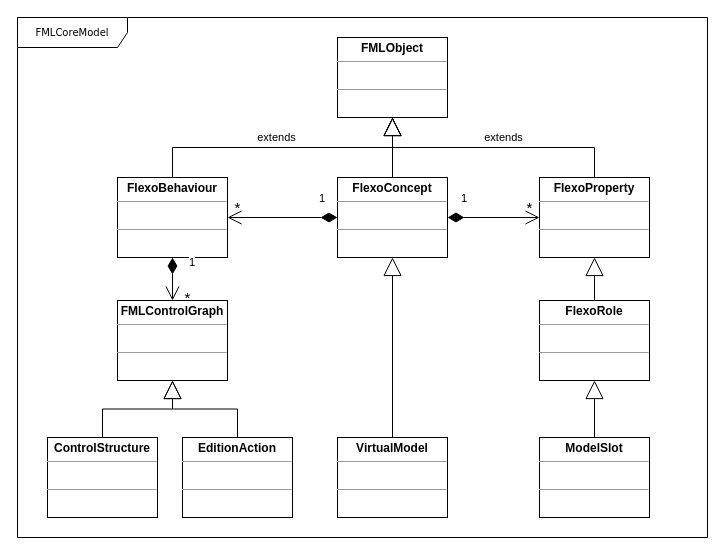
Earlier version of the draw.io diagram page "Page-1" (1 of 2) of Figures/FMLCoreModel.drawio (labsticc-p4s/multi-process-challenge). Source tidied: cells renumbered, new cells numbered last; positions are measured from the earlier drawing's top-left corner, leaving out a move shared by most shapes. Both pictures are drawn from the tidied source at 100%, with x=0, y=0 at pixel (17, 17).
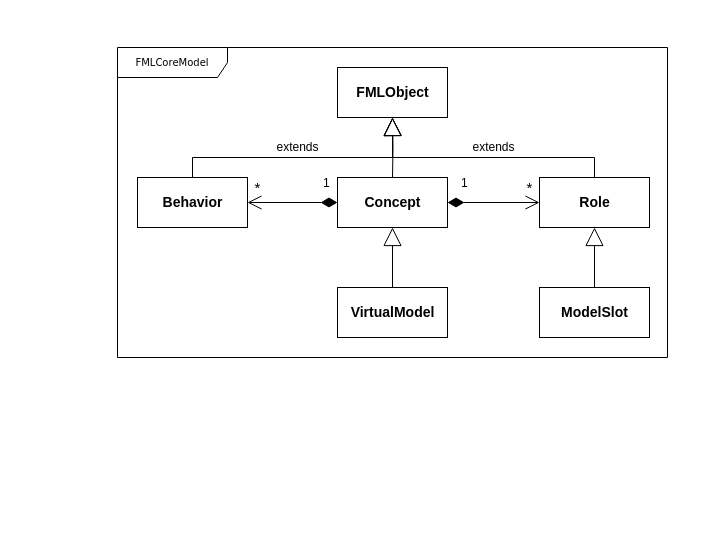
After the change.

Diff of the diagram source:
```diff
@@
     <mxCell id="2" value="FMLCoreModel" style="shape=umlFrame;whiteSpace=wrap;html=1;rounded=0;shadow=0;comic=0;labelBackgroundColor=none;strokeWidth=1;fontFamily=Verdana;fontSize=10;align=center;width=110;height=30;" parent="1" vertex="1">
-      <mxGeometry width="690" height="520" as="geometry" />
+      <mxGeometry x="100" y="30" width="550" height="310" as="geometry" />
     </mxCell>
-    <mxCell id="3" value="&lt;p style=&quot;margin: 0px ; margin-top: 4px ; text-align: center&quot;&gt;&lt;b&gt;FMLObject&lt;/b&gt;&lt;/p&gt;&lt;hr size=&quot;1&quot;&gt;&lt;p style=&quot;margin: 0px ; margin-left: 4px&quot;&gt;&lt;b&gt;&lt;br&gt;&lt;/b&gt;&lt;/p&gt;&lt;hr size=&quot;1&quot;&gt;&lt;p style=&quot;margin: 0px ; margin-left: 4px&quot;&gt;&lt;b&gt;&lt;br&gt;&lt;/b&gt;&lt;/p&gt;" style="verticalAlign=top;align=left;overflow=fill;fontSize=12;fontFamily=Helvetica;html=1;rounded=0;shadow=0;comic=0;labelBackgroundColor=none;strokeWidth=1;" parent="1" vertex="1">
-      <mxGeometry x="320" y="20" width="110" height="80" as="geometry" />
-    </mxCell>
-    <mxCell id="4" value="&lt;p style=&quot;margin: 0px ; margin-top: 4px ; text-align: center&quot;&gt;&lt;b&gt;FlexoConcept&lt;/b&gt;&lt;/p&gt;&lt;hr size=&quot;1&quot;&gt;&lt;p style=&quot;margin: 0px ; margin-left: 4px&quot;&gt;&lt;b&gt;&lt;br&gt;&lt;/b&gt;&lt;/p&gt;&lt;hr size=&quot;1&quot;&gt;&lt;p style=&quot;margin: 0px ; margin-left: 4px&quot;&gt;&lt;b&gt;&lt;br&gt;&lt;/b&gt;&lt;/p&gt;" style="verticalAlign=top;align=left;overflow=fill;fontSize=12;fontFamily=Helvetica;html=1;rounded=0;shadow=0;comic=0;labelBackgroundColor=none;strokeWidth=1;" parent="1" vertex="1">
-      <mxGeometry x="320" y="160" width="110" height="80" as="geometry" />
-    </mxCell>
-    <mxCell id="5" value="&lt;p style=&quot;margin: 0px ; margin-top: 4px ; text-align: center&quot;&gt;&lt;b&gt;FlexoBehaviour&lt;/b&gt;&lt;/p&gt;&lt;hr size=&quot;1&quot;&gt;&lt;p style=&quot;margin: 0px ; margin-left: 4px&quot;&gt;&lt;b&gt;&lt;br&gt;&lt;/b&gt;&lt;/p&gt;&lt;hr size=&quot;1&quot;&gt;&lt;p style=&quot;margin: 0px ; margin-left: 4px&quot;&gt;&lt;b&gt;&lt;br&gt;&lt;/b&gt;&lt;/p&gt;" style="verticalAlign=top;align=left;overflow=fill;fontSize=12;fontFamily=Helvetica;html=1;rounded=0;shadow=0;comic=0;labelBackgroundColor=none;strokeWidth=1;" parent="1" vertex="1">
-      <mxGeometry x="100" y="160" width="110" height="80" as="geometry" />
-    </mxCell>
-    <mxCell id="6" value="&lt;p style=&quot;margin: 0px ; margin-top: 4px ; text-align: center&quot;&gt;&lt;b&gt;FlexoProperty&lt;/b&gt;&lt;/p&gt;&lt;hr size=&quot;1&quot;&gt;&lt;p style=&quot;margin: 0px ; margin-left: 4px&quot;&gt;&lt;b&gt;&lt;br&gt;&lt;/b&gt;&lt;/p&gt;&lt;hr size=&quot;1&quot;&gt;&lt;p style=&quot;margin: 0px ; margin-left: 4px&quot;&gt;&lt;b&gt;&lt;br&gt;&lt;/b&gt;&lt;/p&gt;" style="verticalAlign=top;align=left;overflow=fill;fontSize=12;fontFamily=Helvetica;html=1;rounded=0;shadow=0;comic=0;labelBackgroundColor=none;strokeWidth=1;" parent="1" vertex="1">
-      <mxGeometry x="522" y="160" width="110" height="80" as="geometry" />
-    </mxCell>
-    <mxCell id="7" value="&lt;p style=&quot;margin: 0px ; margin-top: 4px ; text-align: center&quot;&gt;&lt;b&gt;FlexoRole&lt;/b&gt;&lt;/p&gt;&lt;hr size=&quot;1&quot;&gt;&lt;p style=&quot;margin: 0px ; margin-left: 4px&quot;&gt;&lt;b&gt;&lt;br&gt;&lt;/b&gt;&lt;/p&gt;&lt;hr size=&quot;1&quot;&gt;&lt;p style=&quot;margin: 0px ; margin-left: 4px&quot;&gt;&lt;b&gt;&lt;br&gt;&lt;/b&gt;&lt;/p&gt;" style="verticalAlign=top;align=left;overflow=fill;fontSize=12;fontFamily=Helvetica;html=1;rounded=0;shadow=0;comic=0;labelBackgroundColor=none;strokeWidth=1;" parent="1" vertex="1">
-      <mxGeometry x="522" y="283" width="110" height="80" as="geometry" />
-    </mxCell>
-    <mxCell id="8" value="&lt;p style=&quot;margin: 0px ; margin-top: 4px ; text-align: center&quot;&gt;&lt;b&gt;ModelSlot&lt;/b&gt;&lt;/p&gt;&lt;hr size=&quot;1&quot;&gt;&lt;p style=&quot;margin: 0px ; margin-left: 4px&quot;&gt;&lt;b&gt;&lt;br&gt;&lt;/b&gt;&lt;/p&gt;&lt;hr size=&quot;1&quot;&gt;&lt;p style=&quot;margin: 0px ; margin-left: 4px&quot;&gt;&lt;b&gt;&lt;br&gt;&lt;/b&gt;&lt;/p&gt;" style="verticalAlign=top;align=left;overflow=fill;fontSize=12;fontFamily=Helvetica;html=1;rounded=0;shadow=0;comic=0;labelBackgroundColor=none;strokeWidth=1;" parent="1" vertex="1">
-      <mxGeometry x="522" y="420" width="110" height="80" as="geometry" />
-    </mxCell>
-    <mxCell id="9" value="&lt;p style=&quot;margin: 0px ; margin-top: 4px ; text-align: center&quot;&gt;&lt;b&gt;VirtualModel&lt;/b&gt;&lt;br&gt;&lt;/p&gt;&lt;hr size=&quot;1&quot;&gt;&lt;p style=&quot;margin: 0px ; margin-left: 4px&quot;&gt;&lt;b&gt;&lt;br&gt;&lt;/b&gt;&lt;/p&gt;&lt;hr size=&quot;1&quot;&gt;&lt;p style=&quot;margin: 0px ; margin-left: 4px&quot;&gt;&lt;b&gt;&lt;br&gt;&lt;/b&gt;&lt;/p&gt;" style="verticalAlign=top;align=left;overflow=fill;fontSize=12;fontFamily=Helvetica;html=1;rounded=0;shadow=0;comic=0;labelBackgroundColor=none;strokeWidth=1;" parent="1" vertex="1">
-      <mxGeometry x="320" y="420" width="110" height="80" as="geometry" />
-    </mxCell>
-    <mxCell id="10" value="&lt;p style=&quot;margin: 0px ; margin-top: 4px ; text-align: center&quot;&gt;&lt;b&gt;FMLControlGraph&lt;/b&gt;&lt;/p&gt;&lt;hr size=&quot;1&quot;&gt;&lt;p style=&quot;margin: 0px ; margin-left: 4px&quot;&gt;&lt;b&gt;&lt;br&gt;&lt;/b&gt;&lt;/p&gt;&lt;hr size=&quot;1&quot;&gt;&lt;p style=&quot;margin: 0px ; margin-left: 4px&quot;&gt;&lt;b&gt;&lt;br&gt;&lt;/b&gt;&lt;/p&gt;" style="verticalAlign=top;align=left;overflow=fill;fontSize=12;fontFamily=Helvetica;html=1;rounded=0;shadow=0;comic=0;labelBackgroundColor=none;strokeWidth=1;" parent="1" vertex="1">
-      <mxGeometry x="100" y="283" width="110" height="80" as="geometry" />
-    </mxCell>
-    <mxCell id="11" value="1" style="endArrow=open;html=1;endSize=12;startArrow=diamondThin;startSize=14;startFill=1;edgeStyle=orthogonalEdgeStyle;align=left;verticalAlign=bottom;rounded=0;" parent="1" edge="1" source="5" target="10">
-      <mxGeometry x="-0.33" y="15" relative="1" as="geometry" />
-    </mxCell>
-    <mxCell id="12" value="extends" style="endArrow=block;endSize=16;endFill=0;html=1;rounded=0;edgeStyle=orthogonalEdgeStyle;exitX=0.5;exitY=0;exitDx=0;exitDy=0;entryX=0.5;entryY=1;entryDx=0;entryDy=0;" parent="1" edge="1" source="5" target="3">
-      <mxGeometry x="-0.04" y="10" relative="1" as="geometry" />
+    <mxCell id="12" value="extends" style="endArrow=block;endSize=16;endFill=0;html=1;rounded=0;edgeStyle=orthogonalEdgeStyle;exitX=0.5;exitY=0;exitDx=0;exitDy=0;entryX=0.5;entryY=1;entryDx=0;entryDy=0;fontSize=12;" parent="1" edge="1" source="29" target="3">
+      <mxGeometry x="-0.04" y="10" relative="1" as="geometry">
+        <Array as="points">
+          <mxPoint x="175" y="140" />
+          <mxPoint x="375" y="140" />
+        </Array>
+      </mxGeometry>
     </mxCell>
-    <mxCell id="13" style="endArrow=block;endSize=16;endFill=0;html=1;rounded=0;edgeStyle=orthogonalEdgeStyle;exitX=0.5;exitY=0;exitDx=0;exitDy=0;entryX=0.5;entryY=1;entryDx=0;entryDy=0;" parent="1" edge="1" source="4" target="3">
-      <mxGeometry x="-0.04" y="10" relative="1" as="geometry" />
+    <mxCell id="13" style="endArrow=block;endSize=16;endFill=0;html=1;rounded=0;edgeStyle=orthogonalEdgeStyle;exitX=0.5;exitY=0;exitDx=0;exitDy=0;entryX=0.5;entryY=1;entryDx=0;entryDy=0;" parent="1" edge="1" target="3">
+      <mxGeometry x="-0.04" y="10" relative="1" as="geometry">
+        <mxPoint x="375" y="160" as="sourcePoint" />
+      </mxGeometry>
     </mxCell>
-    <mxCell id="14" value="extends" style="endArrow=block;endSize=16;endFill=0;html=1;rounded=0;edgeStyle=orthogonalEdgeStyle;exitX=0.5;exitY=0;exitDx=0;exitDy=0;entryX=0.5;entryY=1;entryDx=0;entryDy=0;" parent="1" edge="1" source="6" target="3">
-      <mxGeometry x="-0.08" y="-10" relative="1" as="geometry" />
+    <mxCell id="14" value="extends" style="endArrow=block;endSize=16;endFill=0;html=1;rounded=0;edgeStyle=orthogonalEdgeStyle;exitX=0.5;exitY=0;exitDx=0;exitDy=0;entryX=0.5;entryY=1;entryDx=0;entryDy=0;fontSize=12;" parent="1" edge="1" source="28" target="3">
+      <mxGeometry x="-0.08" y="-10" relative="1" as="geometry">
+        <Array as="points">
+          <mxPoint x="577" y="140" />
+          <mxPoint x="375" y="140" />
+        </Array>
+      </mxGeometry>
     </mxCell>
-    <mxCell id="15" value="1" style="endArrow=open;html=1;endSize=12;startArrow=diamondThin;startSize=14;startFill=1;edgeStyle=orthogonalEdgeStyle;align=left;verticalAlign=bottom;rounded=0;exitX=1;exitY=0.5;exitDx=0;exitDy=0;entryX=0;entryY=0.5;entryDx=0;entryDy=0;" parent="1" edge="1" source="4" target="6">
+    <mxCell id="15" value="1" style="endArrow=open;html=1;endSize=12;startArrow=diamondThin;startSize=14;startFill=1;edgeStyle=orthogonalEdgeStyle;align=left;verticalAlign=bottom;rounded=0;exitX=1;exitY=0.5;exitDx=0;exitDy=0;entryX=0;entryY=0.5;entryDx=0;entryDy=0;fontSize=12;" parent="1" edge="1" source="27" target="28">
       <mxGeometry x="-0.75" y="10" relative="1" as="geometry" />
     </mxCell>
     <mxCell id="16" value="&lt;font style=&quot;font-size: 15px&quot;&gt;*&lt;/font&gt;" style="text;html=1;align=center;verticalAlign=middle;strokeColor=none;" parent="1" vertex="1">
-      <mxGeometry x="502" y="180" width="20" height="20" as="geometry" />
+      <mxGeometry x="502" y="160" width="20" height="20" as="geometry" />
     </mxCell>
-    <mxCell id="17" value="&lt;font style=&quot;font-size: 15px&quot;&gt;*&lt;/font&gt;" style="text;html=1;align=center;verticalAlign=middle;strokeColor=none;" parent="1" vertex="1">
-      <mxGeometry x="160" y="270" width="20" height="20" as="geometry" />
-    </mxCell>
-    <mxCell id="18" value="1" style="endArrow=open;html=1;endSize=12;startArrow=diamondThin;startSize=14;startFill=1;edgeStyle=orthogonalEdgeStyle;align=left;verticalAlign=bottom;rounded=0;exitX=0;exitY=0.5;exitDx=0;exitDy=0;entryX=1;entryY=0.5;entryDx=0;entryDy=0;" parent="1" edge="1" source="4" target="5">
+    <mxCell id="18" value="1" style="endArrow=open;html=1;endSize=12;startArrow=diamondThin;startSize=14;startFill=1;edgeStyle=orthogonalEdgeStyle;align=left;verticalAlign=bottom;rounded=0;exitX=0;exitY=0.5;exitDx=0;exitDy=0;entryX=1;entryY=0.5;entryDx=0;entryDy=0;fontSize=12;" parent="1" edge="1" source="27" target="29">
       <mxGeometry x="-0.64" y="-10" relative="1" as="geometry" />
     </mxCell>
     <mxCell id="19" value="&lt;font style=&quot;font-size: 15px&quot;&gt;*&lt;/font&gt;" style="text;html=1;align=center;verticalAlign=middle;strokeColor=none;" parent="1" vertex="1">
-      <mxGeometry x="210" y="180" width="20" height="20" as="geometry" />
+      <mxGeometry x="230" y="160" width="20" height="20" as="geometry" />
     </mxCell>
-    <mxCell id="20" style="endArrow=block;endSize=16;endFill=0;html=1;rounded=0;edgeStyle=orthogonalEdgeStyle;exitX=0.5;exitY=0;exitDx=0;exitDy=0;entryX=0.5;entryY=1;entryDx=0;entryDy=0;" parent="1" edge="1" source="9" target="4">
+    <mxCell id="20" style="endArrow=block;endSize=16;endFill=0;html=1;rounded=0;edgeStyle=orthogonalEdgeStyle;exitX=0.5;exitY=0;exitDx=0;exitDy=0;entryX=0.5;entryY=1;entryDx=0;entryDy=0;" parent="1" edge="1" source="9" target="27">
       <mxGeometry relative="1" as="geometry" />
     </mxCell>
-    <mxCell id="21" value="&lt;p style=&quot;margin: 0px ; margin-top: 4px ; text-align: center&quot;&gt;&lt;b&gt;EditionAction&lt;/b&gt;&lt;/p&gt;&lt;hr size=&quot;1&quot;&gt;&lt;p style=&quot;margin: 0px ; margin-left: 4px&quot;&gt;&lt;b&gt;&lt;br&gt;&lt;/b&gt;&lt;/p&gt;&lt;hr size=&quot;1&quot;&gt;&lt;p style=&quot;margin: 0px ; margin-left: 4px&quot;&gt;&lt;b&gt;&lt;br&gt;&lt;/b&gt;&lt;/p&gt;" style="verticalAlign=top;align=left;overflow=fill;fontSize=12;fontFamily=Helvetica;html=1;rounded=0;shadow=0;comic=0;labelBackgroundColor=none;strokeWidth=1;" parent="1" vertex="1">
-      <mxGeometry x="165" y="420" width="110" height="80" as="geometry" />
-    </mxCell>
-    <mxCell id="22" value="&lt;p style=&quot;margin: 0px ; margin-top: 4px ; text-align: center&quot;&gt;&lt;b&gt;ControlStructure&lt;/b&gt;&lt;br&gt;&lt;/p&gt;&lt;hr size=&quot;1&quot;&gt;&lt;p style=&quot;margin: 0px ; margin-left: 4px&quot;&gt;&lt;b&gt;&lt;br&gt;&lt;/b&gt;&lt;/p&gt;&lt;hr size=&quot;1&quot;&gt;&lt;p style=&quot;margin: 0px ; margin-left: 4px&quot;&gt;&lt;b&gt;&lt;br&gt;&lt;/b&gt;&lt;/p&gt;" style="verticalAlign=top;align=left;overflow=fill;fontSize=12;fontFamily=Helvetica;html=1;rounded=0;shadow=0;comic=0;labelBackgroundColor=none;strokeWidth=1;" parent="1" vertex="1">
-      <mxGeometry x="30" y="420" width="110" height="80" as="geometry" />
-    </mxCell>
-    <mxCell id="23" style="endArrow=block;endSize=16;endFill=0;html=1;rounded=0;edgeStyle=orthogonalEdgeStyle;exitX=0.5;exitY=0;exitDx=0;exitDy=0;entryX=0.5;entryY=1;entryDx=0;entryDy=0;" parent="1" edge="1" source="21" target="10">
-      <mxGeometry relative="1" as="geometry" />
-    </mxCell>
-    <mxCell id="24" style="endArrow=block;endSize=16;endFill=0;html=1;rounded=0;edgeStyle=orthogonalEdgeStyle;exitX=0.5;exitY=0;exitDx=0;exitDy=0;" parent="1" edge="1" source="22" target="10">
-      <mxGeometry relative="1" as="geometry" />
-    </mxCell>
-    <mxCell id="25" style="endArrow=block;endSize=16;endFill=0;html=1;rounded=0;edgeStyle=orthogonalEdgeStyle;exitX=0.5;exitY=0;exitDx=0;exitDy=0;entryX=0.5;entryY=1;entryDx=0;entryDy=0;" parent="1" edge="1" source="7" target="6">
-      <mxGeometry relative="1" as="geometry" />
+    <mxCell id="25" style="endArrow=block;endSize=16;endFill=0;html=1;rounded=0;edgeStyle=orthogonalEdgeStyle;exitX=0.5;exitY=0;exitDx=0;exitDy=0;" parent="1" edge="1" source="8">
+      <mxGeometry relative="1" as="geometry">
+        <mxPoint x="577" y="210" as="targetPoint" />
+      </mxGeometry>
     </mxCell>
-    <mxCell id="26" style="endArrow=block;endSize=16;endFill=0;html=1;rounded=0;edgeStyle=orthogonalEdgeStyle;exitX=0.5;exitY=0;exitDx=0;exitDy=0;" parent="1" edge="1" source="8" target="7">
-      <mxGeometry relative="1" as="geometry" />
-    </mxCell>
+    <mxCell id="3" value="FMLObject" style="html=1;fontStyle=1;fontSize=14;" parent="1" vertex="1">
+      <mxGeometry x="320" y="50" width="110" height="50" as="geometry" />
+    </mxCell>
+    <mxCell id="27" value="Concept" style="html=1;fontStyle=1;fontSize=14;" parent="1" vertex="1">
+      <mxGeometry x="320" y="160" width="110" height="50" as="geometry" />
+    </mxCell>
+    <mxCell id="9" value="VirtualModel" style="html=1;fontStyle=1;fontSize=14;" parent="1" vertex="1">
+      <mxGeometry x="320" y="270" width="110" height="50" as="geometry" />
+    </mxCell>
+    <mxCell id="28" value="Role" style="html=1;fontStyle=1;fontSize=14;" parent="1" vertex="1">
+      <mxGeometry x="522" y="160" width="110" height="50" as="geometry" />
+    </mxCell>
+    <mxCell id="8" value="ModelSlot" style="html=1;fontStyle=1;fontSize=14;" parent="1" vertex="1">
+      <mxGeometry x="522" y="270" width="110" height="50" as="geometry" />
+    </mxCell>
+    <mxCell id="29" value="Behavior" style="html=1;fontStyle=1;fontSize=14;" parent="1" vertex="1">
+      <mxGeometry x="120" y="160" width="110" height="50" as="geometry" />
+    </mxCell>
```
